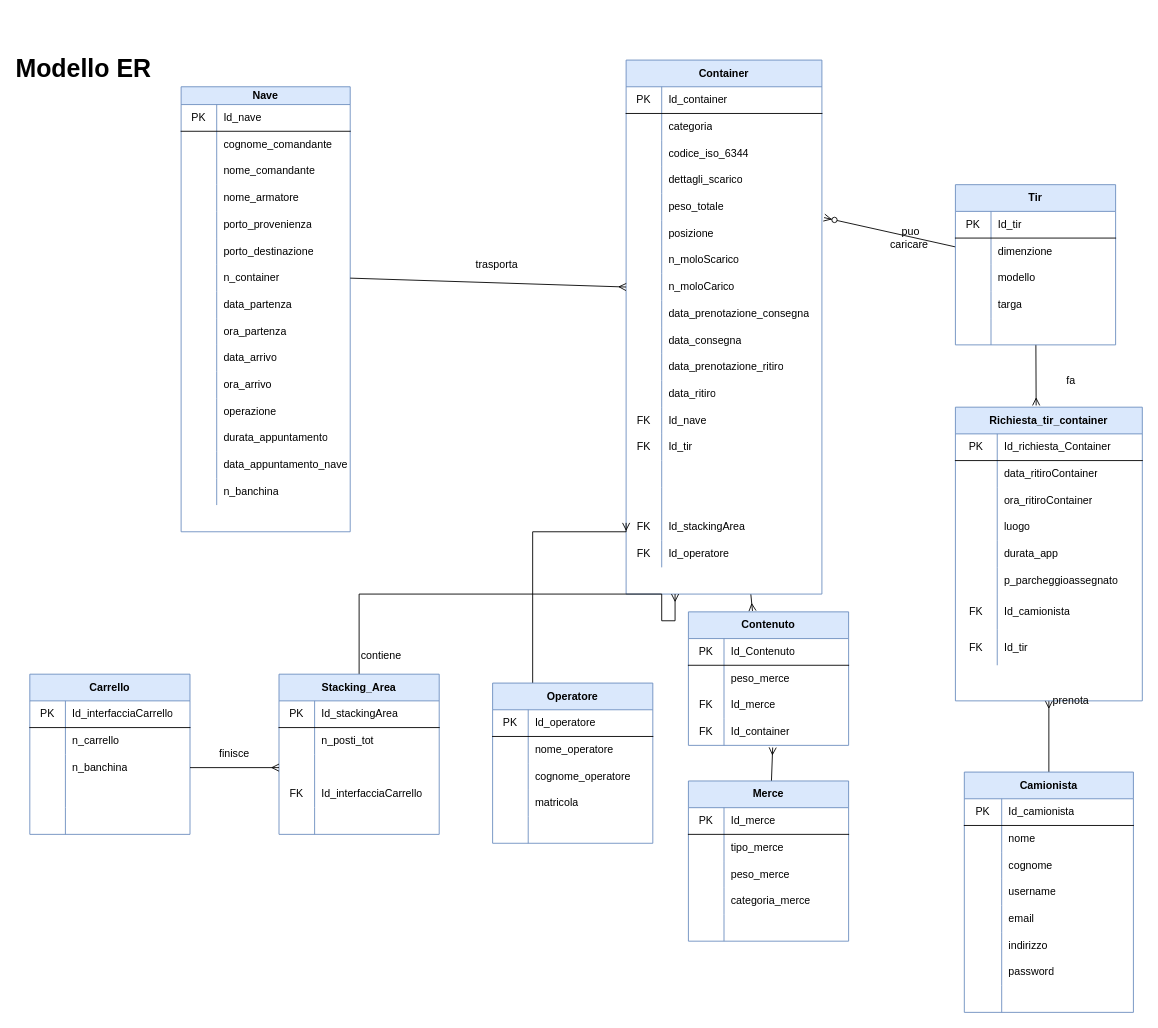
The draw.io diagram databases_finito.drawio in giuliacangani02/EsameGiulia2021, before the edit. Source tidied: cells renumbered, new cells numbered last; positions are measured from the earlier drawing's top-left corner, leaving out a move shared by most shapes. Both pictures are drawn from the tidied source at 89%, with x=0, y=0 at pixel (29, 51).
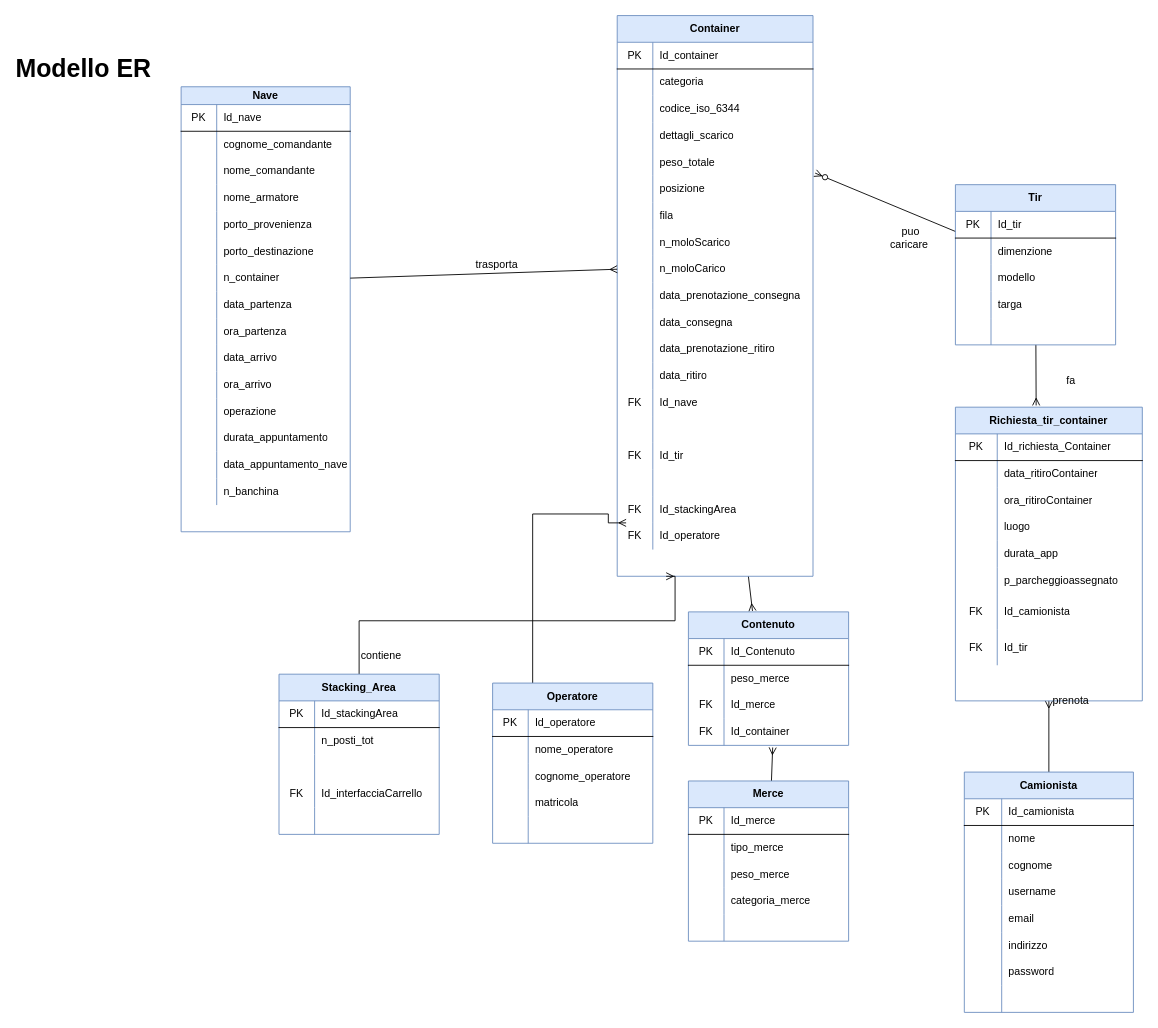
The same page after the edit.

The change refers to these unchanged cells:
```xml
<mxCell id="140" value="Stacking_Area" style="shape=table;html=1;whiteSpace=wrap;startSize=30;childLayout=tableLayout;rowLines=0;fontStyle=1;align=center;fillColor=#dae8fc;strokeColor=#6c8ebf;" parent="1" vertex="1">
  <mxGeometry x="280" y="700" width="180" height="180" as="geometry" />
</mxCell>
<mxCell id="147" style="shape=partialRectangle;html=1;whiteSpace=wrap;fillColor=none;top=0;left=0;bottom=0;right=0;points=[[0,0.5],[1,0.5]];portConstraint=eastwest;" parent="140" vertex="1">
  <mxGeometry y="90" width="180" height="30" as="geometry" />
</mxCell>
<mxCell id="201" value="Operatore" style="shape=table;html=1;whiteSpace=wrap;startSize=30;childLayout=tableLayout;rowLines=0;fontStyle=1;align=center;fillColor=#dae8fc;strokeColor=#6c8ebf;" parent="1" vertex="1">
  <mxGeometry x="520" y="710" width="180" height="180" as="geometry" />
</mxCell>
```

What changed in the source:
```diff
@@
     <mxCell id="49" value="Container" style="shape=table;html=1;whiteSpace=wrap;startSize=30;childLayout=tableLayout;rowLines=0;fontStyle=1;align=center;fillColor=#dae8fc;strokeColor=#6c8ebf;" parent="1" vertex="1">
-      <mxGeometry x="670" y="10" width="220" height="600" as="geometry" />
+      <mxGeometry x="660" y="-40" width="220" height="630" as="geometry" />
     </mxCell>
@@
+    <mxCell id="262" style="shape=partialRectangle;html=1;whiteSpace=wrap;fillColor=none;top=0;left=0;bottom=0;right=0;" parent="49" vertex="1">
+      <mxGeometry y="210" width="220" height="30" as="geometry" />
+    </mxCell>
+    <mxCell id="263" style="shape=partialRectangle;html=1;whiteSpace=wrap;fillColor=none;top=0;left=0;bottom=0;right=0;overflow=hidden;" parent="262" vertex="1">
+      <mxGeometry width="40" height="30" as="geometry" />
+    </mxCell>
+    <mxCell id="264" value="fila" style="shape=partialRectangle;html=1;whiteSpace=wrap;fillColor=none;top=0;left=0;bottom=0;right=0;align=left;spacingLeft=6;overflow=hidden;" parent="262" vertex="1">
+      <mxGeometry x="40" width="180" height="30" as="geometry" />
+    </mxCell>
     <mxCell id="68" style="shape=partialRectangle;html=1;whiteSpace=wrap;fillColor=none;top=0;left=0;bottom=0;right=0;" parent="49" vertex="1">
-      <mxGeometry y="210" width="220" height="30" as="geometry" />
+      <mxGeometry y="240" width="220" height="30" as="geometry" />
     </mxCell>
@@
     <mxCell id="71" style="shape=partialRectangle;html=1;whiteSpace=wrap;fillColor=none;top=0;left=0;bottom=0;right=0;points=[[0,0.5],[1,0.5]];portConstraint=eastwest;" parent="49" vertex="1">
-      <mxGeometry y="240" width="220" height="30" as="geometry" />
+      <mxGeometry y="270" width="220" height="30" as="geometry" />
     </mxCell>
@@
     <mxCell id="74" style="shape=partialRectangle;html=1;whiteSpace=wrap;fillColor=none;top=0;left=0;bottom=0;right=0;" parent="49" vertex="1">
-      <mxGeometry y="270" width="220" height="30" as="geometry" />
+      <mxGeometry y="300" width="220" height="30" as="geometry" />
     </mxCell>
@@
     <mxCell id="77" style="shape=partialRectangle;html=1;whiteSpace=wrap;fillColor=none;top=0;left=0;bottom=0;right=0;" parent="49" vertex="1">
-      <mxGeometry y="300" width="220" height="30" as="geometry" />
+      <mxGeometry y="330" width="220" height="30" as="geometry" />
     </mxCell>
@@
     <mxCell id="80" style="shape=partialRectangle;html=1;whiteSpace=wrap;fillColor=none;top=0;left=0;bottom=0;right=0;" parent="49" vertex="1">
-      <mxGeometry y="330" width="220" height="30" as="geometry" />
+      <mxGeometry y="360" width="220" height="30" as="geometry" />
     </mxCell>
@@
     <mxCell id="83" style="shape=partialRectangle;html=1;whiteSpace=wrap;fillColor=none;top=0;left=0;bottom=0;right=0;" parent="49" vertex="1">
-      <mxGeometry y="360" width="220" height="30" as="geometry" />
+      <mxGeometry y="390" width="220" height="30" as="geometry" />
     </mxCell>
@@
     <mxCell id="86" style="shape=partialRectangle;html=1;whiteSpace=wrap;fillColor=none;top=0;left=0;bottom=0;right=0;" parent="49" vertex="1">
-      <mxGeometry y="390" width="220" height="30" as="geometry" />
+      <mxGeometry y="420" width="220" height="30" as="geometry" />
     </mxCell>
@@
+    <mxCell id="92" style="shape=partialRectangle;html=1;whiteSpace=wrap;fillColor=none;top=0;left=0;bottom=0;right=0;" parent="49" vertex="1">
+      <mxGeometry y="450" width="220" height="30" as="geometry" />
+    </mxCell>
+    <mxCell id="93" style="shape=partialRectangle;html=1;whiteSpace=wrap;fillColor=none;top=0;left=0;bottom=0;right=0;overflow=hidden;" parent="92" vertex="1">
+      <mxGeometry width="40" height="30" as="geometry" />
+    </mxCell>
+    <mxCell id="94" style="shape=partialRectangle;html=1;whiteSpace=wrap;fillColor=none;top=0;left=0;bottom=0;right=0;align=left;spacingLeft=6;overflow=hidden;" parent="92" vertex="1">
+      <mxGeometry x="40" width="180" height="30" as="geometry" />
+    </mxCell>
     <mxCell id="89" style="shape=partialRectangle;html=1;whiteSpace=wrap;fillColor=none;top=0;left=0;bottom=0;right=0;" parent="49" vertex="1">
-      <mxGeometry y="420" width="220" height="30" as="geometry" />
+      <mxGeometry y="480" width="220" height="30" as="geometry" />
     </mxCell>
@@
-    <mxCell id="92" style="shape=partialRectangle;html=1;whiteSpace=wrap;fillColor=none;top=0;left=0;bottom=0;right=0;" parent="49" vertex="1">
-      <mxGeometry y="450" width="220" height="30" as="geometry" />
-    </mxCell>
-    <mxCell id="93" style="shape=partialRectangle;html=1;whiteSpace=wrap;fillColor=none;top=0;left=0;bottom=0;right=0;overflow=hidden;" parent="92" vertex="1">
-      <mxGeometry width="40" height="30" as="geometry" />
-    </mxCell>
-    <mxCell id="94" style="shape=partialRectangle;html=1;whiteSpace=wrap;fillColor=none;top=0;left=0;bottom=0;right=0;align=left;spacingLeft=6;overflow=hidden;" parent="92" vertex="1">
-      <mxGeometry x="40" width="180" height="30" as="geometry" />
-    </mxCell>
     <mxCell id="95" style="shape=partialRectangle;html=1;whiteSpace=wrap;fillColor=none;top=0;left=0;bottom=0;right=0;" parent="49" vertex="1">
-      <mxGeometry y="480" width="220" height="30" as="geometry" />
+      <mxGeometry y="510" width="220" height="30" as="geometry" />
     </mxCell>
@@
     <mxCell id="98" style="shape=partialRectangle;html=1;whiteSpace=wrap;fillColor=none;top=0;left=0;bottom=0;right=0;" parent="49" vertex="1">
-      <mxGeometry y="510" width="220" height="30" as="geometry" />
+      <mxGeometry y="540" width="220" height="30" as="geometry" />
     </mxCell>
@@
     <mxCell id="101" style="shape=partialRectangle;html=1;whiteSpace=wrap;fillColor=none;top=0;left=0;bottom=0;right=0;" parent="49" vertex="1">
-      <mxGeometry y="540" width="220" height="30" as="geometry" />
+      <mxGeometry y="570" width="220" height="30" as="geometry" />
     </mxCell>
@@
     <mxCell id="139" style="edgeStyle=orthogonalEdgeStyle;rounded=0;jettySize=auto;html=1;endArrow=ERmany;endFill=0;entryX=0.25;entryY=1;entryDx=0;entryDy=0;" parent="1" edge="1" source="140" target="49">
       <mxGeometry relative="1" as="geometry">
         <Array as="points">
-          <mxPoint x="370" y="610" />
-          <mxPoint x="710" y="610" />
-          <mxPoint x="710" y="640" />
+          <mxPoint x="370" y="640" />
           <mxPoint x="725" y="640" />
         </Array>
       </mxGeometry>
     </mxCell>
@@
-    <mxCell id="156" value="Carrello" style="shape=table;html=1;whiteSpace=wrap;startSize=30;childLayout=tableLayout;rowLines=0;fontStyle=1;align=center;fillColor=#dae8fc;strokeColor=#6c8ebf;" parent="1" vertex="1">
-      <mxGeometry y="700" width="180" height="180" as="geometry" />
-    </mxCell>
-    <mxCell id="157" style="shape=partialRectangle;html=1;whiteSpace=wrap;fillColor=none;top=0;left=0;bottom=1;right=0;" parent="156" vertex="1">
-      <mxGeometry y="30" width="180" height="30" as="geometry" />
-    </mxCell>
-    <mxCell id="158" value="PK" style="shape=partialRectangle;html=1;whiteSpace=wrap;fillColor=none;top=0;left=0;bottom=0;right=0;overflow=hidden;" parent="157" vertex="1">
-      <mxGeometry width="40" height="30" as="geometry" />
-    </mxCell>
-    <mxCell id="159" value="Id_interfacciaCarrello" style="shape=partialRectangle;html=1;whiteSpace=wrap;fillColor=none;top=0;left=0;bottom=0;right=0;align=left;spacingLeft=6;overflow=hidden;" parent="157" vertex="1">
-      <mxGeometry x="40" width="140" height="30" as="geometry" />
-    </mxCell>
-    <mxCell id="160" style="shape=partialRectangle;html=1;whiteSpace=wrap;fillColor=none;top=0;left=0;bottom=0;right=0;" parent="156" vertex="1">
-      <mxGeometry y="60" width="180" height="30" as="geometry" />
-    </mxCell>
-    <mxCell id="161" style="shape=partialRectangle;html=1;whiteSpace=wrap;fillColor=none;top=0;left=0;bottom=0;right=0;overflow=hidden;" parent="160" vertex="1">
-      <mxGeometry width="40" height="30" as="geometry" />
-    </mxCell>
-    <mxCell id="162" value="n_carrello" style="shape=partialRectangle;html=1;whiteSpace=wrap;fillColor=none;top=0;left=0;bottom=0;right=0;align=left;spacingLeft=6;overflow=hidden;" parent="160" vertex="1">
-      <mxGeometry x="40" width="140" height="30" as="geometry" />
-    </mxCell>
-    <mxCell id="163" style="shape=partialRectangle;html=1;whiteSpace=wrap;fillColor=none;top=0;left=0;bottom=0;right=0;points=[[0,0.5],[1,0.5]];portConstraint=eastwest;" parent="156" vertex="1">
-      <mxGeometry y="90" width="180" height="30" as="geometry" />
-    </mxCell>
-    <mxCell id="164" style="shape=partialRectangle;html=1;whiteSpace=wrap;fillColor=none;top=0;left=0;bottom=0;right=0;overflow=hidden;" parent="163" vertex="1">
-      <mxGeometry width="40" height="30" as="geometry" />
-    </mxCell>
-    <mxCell id="165" value="n_banchina" style="shape=partialRectangle;html=1;whiteSpace=wrap;fillColor=none;top=0;left=0;bottom=0;right=0;align=left;spacingLeft=6;overflow=hidden;" parent="163" vertex="1">
-      <mxGeometry x="40" width="140" height="30" as="geometry" />
-    </mxCell>
-    <mxCell id="166" style="shape=partialRectangle;html=1;whiteSpace=wrap;fillColor=none;top=0;left=0;bottom=0;right=0;" parent="156" vertex="1">
-      <mxGeometry y="120" width="180" height="30" as="geometry" />
-    </mxCell>
-    <mxCell id="167" style="shape=partialRectangle;html=1;whiteSpace=wrap;fillColor=none;top=0;left=0;bottom=0;right=0;overflow=hidden;" parent="166" vertex="1">
-      <mxGeometry width="40" height="30" as="geometry" />
-    </mxCell>
-    <mxCell id="168" style="shape=partialRectangle;html=1;whiteSpace=wrap;fillColor=none;top=0;left=0;bottom=0;right=0;align=left;spacingLeft=6;overflow=hidden;" parent="166" vertex="1">
-      <mxGeometry x="40" width="140" height="30" as="geometry" />
-    </mxCell>
-    <mxCell id="169" style="shape=partialRectangle;html=1;whiteSpace=wrap;fillColor=none;top=0;left=0;bottom=0;right=0;" parent="156" vertex="1">
-      <mxGeometry y="150" width="180" height="30" as="geometry" />
-    </mxCell>
-    <mxCell id="170" style="shape=partialRectangle;html=1;whiteSpace=wrap;fillColor=none;top=0;left=0;bottom=0;right=0;overflow=hidden;" parent="169" vertex="1">
-      <mxGeometry width="40" height="30" as="geometry" />
-    </mxCell>
-    <mxCell id="171" style="shape=partialRectangle;html=1;whiteSpace=wrap;fillColor=none;top=0;left=0;bottom=0;right=0;align=left;spacingLeft=6;overflow=hidden;" parent="169" vertex="1">
-      <mxGeometry x="40" width="140" height="30" as="geometry" />
-    </mxCell>
@@
     <mxCell id="200" style="edgeStyle=orthogonalEdgeStyle;rounded=0;jettySize=auto;html=1;exitX=0.25;exitY=0;exitDx=0;exitDy=0;endArrow=ERmany;endFill=0;" parent="1" edge="1" source="201">
       <mxGeometry relative="1" as="geometry">
         <mxPoint x="670" y="530" as="targetPoint" />
         <Array as="points">
-          <mxPoint x="565" y="540" />
-          <mxPoint x="670" y="540" />
+          <mxPoint x="565" y="520" />
+          <mxPoint x="650" y="520" />
+          <mxPoint x="650" y="530" />
         </Array>
       </mxGeometry>
     </mxCell>
@@
-    <mxCell id="245" style="edgeStyle=orthogonalEdgeStyle;rounded=0;jettySize=auto;html=1;entryX=0;entryY=0.5;entryDx=0;entryDy=0;endArrow=ERmany;endFill=0;" parent="1" edge="1" source="163" target="147">
-      <mxGeometry relative="1" as="geometry" />
-    </mxCell>
-    <mxCell id="246" value="finisce" style="text;html=1;strokeColor=none;fillColor=none;align=center;verticalAlign=middle;whiteSpace=wrap;rounded=0;" parent="1" vertex="1">
-      <mxGeometry x="210" y="780" width="40" height="20" as="geometry" />
-    </mxCell>
```
